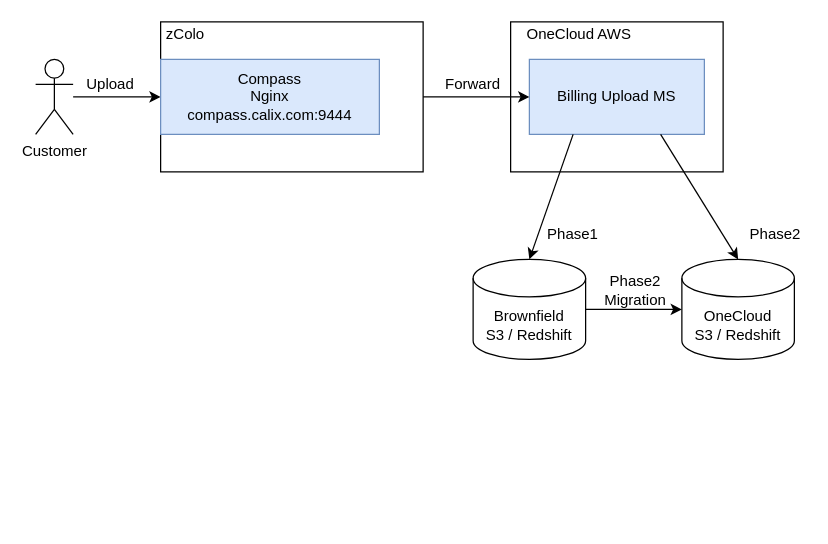
Earlier version of the draw.io diagram billing-upload-design.drawio (meggarr/my-draws). Source tidied: cells renumbered, new cells numbered last; positions are measured from the earlier drawing's top-left corner, leaving out a move shared by most shapes. Both pictures are drawn from the tidied source at 125%, with x=0, y=0 at pixel (35, 21).
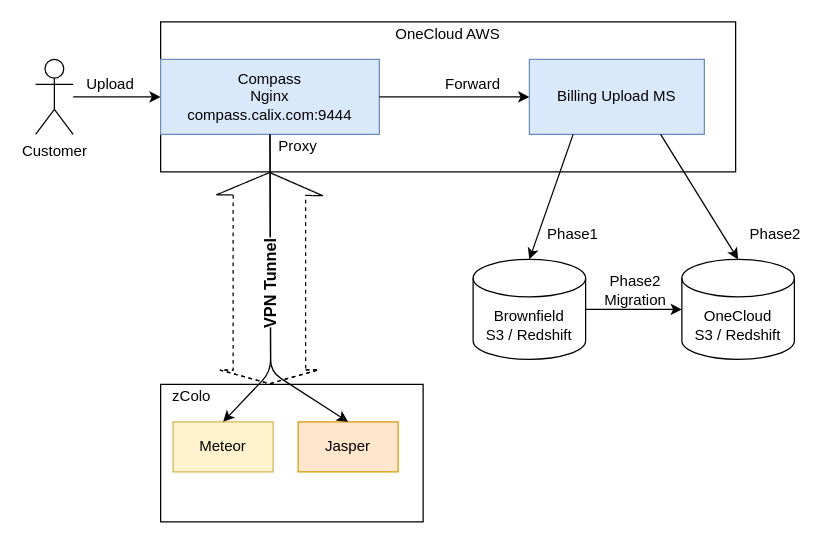
After the change.

The change refers to these unchanged cells:
```xml
<mxCell id="5" value="Billing Upload MS" style="rounded=0;whiteSpace=wrap;html=1;fillColor=#dae8fc;strokeColor=#6c8ebf;" parent="1" vertex="1">
  <mxGeometry x="395" y="30" width="140" height="60" as="geometry" />
</mxCell>
<mxCell id="19" value="Compass&lt;br&gt;&lt;div&gt;Nginx&lt;/div&gt;&lt;div&gt;compass.calix.com:9444&lt;br&gt;&lt;/div&gt;" style="rounded=0;whiteSpace=wrap;html=1;fillColor=#dae8fc;strokeColor=#6c8ebf;" parent="1" vertex="1">
  <mxGeometry x="100" y="30" width="175" height="60" as="geometry" />
</mxCell>
```

The edit, as a diff of the source:
```diff
@@
+    <mxCell id="17" style="rounded=0;whiteSpace=wrap;html=1;align=left;" parent="1" vertex="1">
+      <mxGeometry x="100" width="460" height="120" as="geometry" />
+    </mxCell>
@@
-    <mxCell id="3" style="rounded=0;whiteSpace=wrap;html=1;align=left;" parent="1" vertex="1">
-      <mxGeometry x="380" width="170" height="120" as="geometry" />
-    </mxCell>
     <mxCell id="4" value="OneCloud AWS" style="text;html=1;strokeColor=none;fillColor=none;align=center;verticalAlign=middle;whiteSpace=wrap;rounded=0;" parent="1" vertex="1">
-      <mxGeometry x="380" width="110" height="20" as="geometry" />
+      <mxGeometry x="275" width="110" height="20" as="geometry" />
     </mxCell>
@@
-    <mxCell id="15" style="endArrow=classic;html=1;entryX=0;entryY=0.5;entryDx=0;entryDy=0;exitX=1;exitY=0.5;exitDx=0;exitDy=0;" parent="1" edge="1" source="19" target="5">
-      <mxGeometry relative="1" as="geometry" />
-    </mxCell>
@@
-    <mxCell id="17" style="rounded=0;whiteSpace=wrap;html=1;align=left;" parent="1" vertex="1">
-      <mxGeometry x="100" width="210" height="120" as="geometry" />
-    </mxCell>
-    <mxCell id="18" value="zColo" style="text;html=1;strokeColor=none;fillColor=none;align=center;verticalAlign=middle;whiteSpace=wrap;rounded=0;" parent="1" vertex="1">
-      <mxGeometry x="100" width="40" height="20" as="geometry" />
-    </mxCell>
@@
+    <mxCell id="21" style="rounded=0;whiteSpace=wrap;html=1;" parent="1" vertex="1">
+      <mxGeometry x="100" y="290" width="210" height="110" as="geometry" />
+    </mxCell>
+    <mxCell id="18" value="zColo" style="text;html=1;strokeColor=none;fillColor=none;align=center;verticalAlign=middle;whiteSpace=wrap;rounded=0;" parent="1" vertex="1">
+      <mxGeometry x="100" y="290" width="50" height="20" as="geometry" />
+    </mxCell>
+    <mxCell id="22" value="Meteor" style="rounded=0;whiteSpace=wrap;html=1;fillColor=#fff2cc;strokeColor=#d6b656;" parent="1" vertex="1">
+      <mxGeometry x="110" y="320" width="80" height="40" as="geometry" />
+    </mxCell>
+    <mxCell id="15" style="endArrow=classic;html=1;entryX=0;entryY=0.5;entryDx=0;entryDy=0;exitX=1;exitY=0.5;exitDx=0;exitDy=0;" parent="1" edge="1" source="19" target="5">
+      <mxGeometry relative="1" as="geometry" />
+    </mxCell>
+    <mxCell id="23" value="Jasper" style="rounded=0;whiteSpace=wrap;html=1;fillColor=#ffe6cc;strokeColor=#d79b00;" parent="1" vertex="1">
+      <mxGeometry x="210" y="320" width="80" height="40" as="geometry" />
+    </mxCell>
+    <mxCell id="24" style="endArrow=classic;html=1;entryX=0.5;entryY=0;entryDx=0;entryDy=0;exitX=0.5;exitY=1;exitDx=0;exitDy=0;" parent="1" edge="1" source="19" target="22">
+      <mxGeometry relative="1" as="geometry">
+        <Array as="points">
+          <mxPoint x="188" y="280" />
+        </Array>
+      </mxGeometry>
+    </mxCell>
+    <mxCell id="25" style="endArrow=classic;html=1;entryX=0.5;entryY=0;entryDx=0;entryDy=0;exitX=0.5;exitY=1;exitDx=0;exitDy=0;" parent="1" edge="1" source="19" target="23">
+      <mxGeometry relative="1" as="geometry">
+        <Array as="points">
+          <mxPoint x="188" y="280" />
+        </Array>
+      </mxGeometry>
+    </mxCell>
+    <mxCell id="26" value="Proxy" style="text;html=1;strokeColor=none;fillColor=none;align=center;verticalAlign=middle;whiteSpace=wrap;rounded=0;" parent="1" vertex="1">
+      <mxGeometry x="190" y="90" width="40" height="20" as="geometry" />
+    </mxCell>
+    <mxCell id="27" style="shape=flexArrow;endArrow=classic;startArrow=classic;html=1;exitX=0.81;exitY=0;exitDx=0;exitDy=0;exitPerimeter=0;entryX=0.37;entryY=1;entryDx=0;entryDy=0;entryPerimeter=0;dashed=1;endWidth=26;endSize=5.73;width=58;startSize=3.36;" parent="1" edge="1">
+      <mxGeometry relative="1" as="geometry">
+        <mxPoint x="187.1" y="290" as="sourcePoint" />
+        <mxPoint x="187.2" y="120" as="targetPoint" />
+        <Array as="points">
+          <mxPoint x="187" y="260" />
+          <mxPoint x="187" y="150" />
+        </Array>
+      </mxGeometry>
+    </mxCell>
+    <mxCell id="28" value="VPN Tunnel" style="edgeLabel;html=1;align=center;verticalAlign=middle;rotation=-90;fontSize=13;fontStyle=1;" parent="27" vertex="1">
+      <mxGeometry x="-0.16" y="-8" relative="1" as="geometry">
+        <mxPoint x="-8.1" y="-9" as="offset" />
+      </mxGeometry>
+    </mxCell>
```
